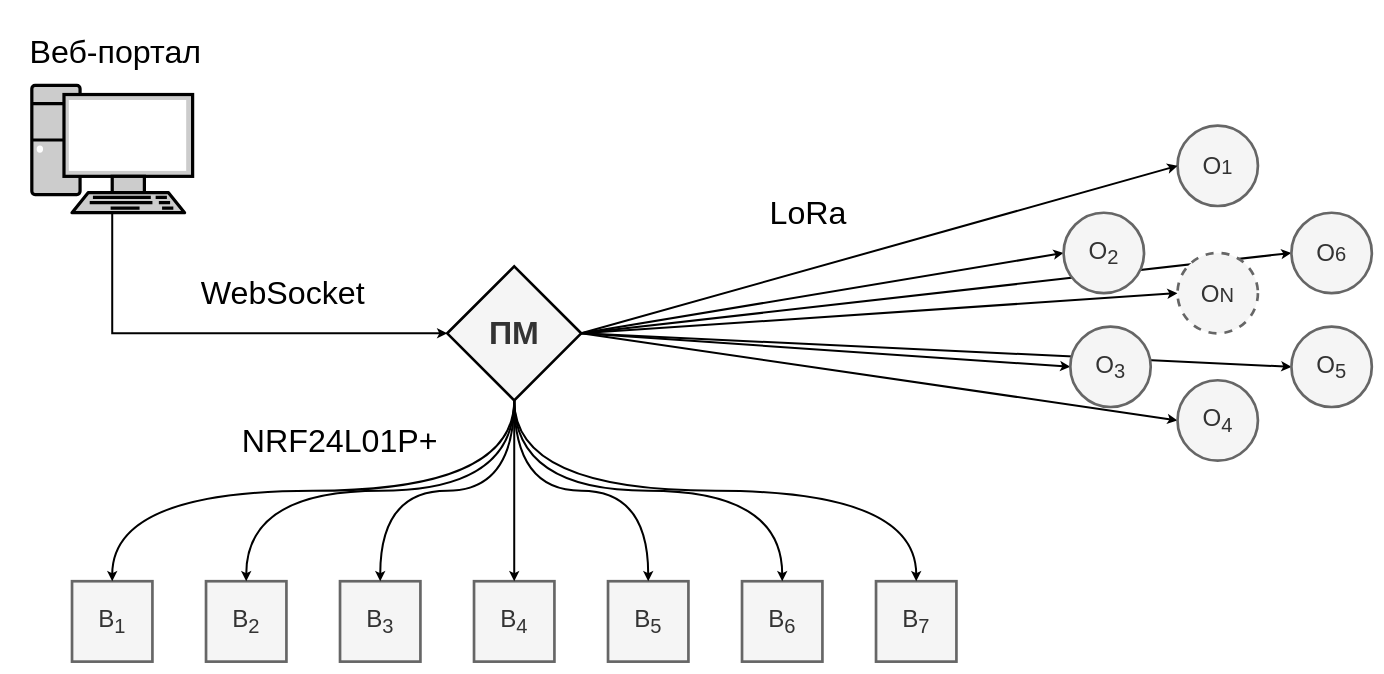
This is diagrams/Topology of the System.drawio from Yerlan999/CowsGPSTracker-KazATU, a draw.io file, before an edit. Source tidied: cells renumbered, new cells numbered last; positions are measured from the earlier drawing's top-left corner, leaving out a move shared by most shapes. Both pictures are drawn from the tidied source at 67%, with x=0, y=0 at pixel (11, 11).
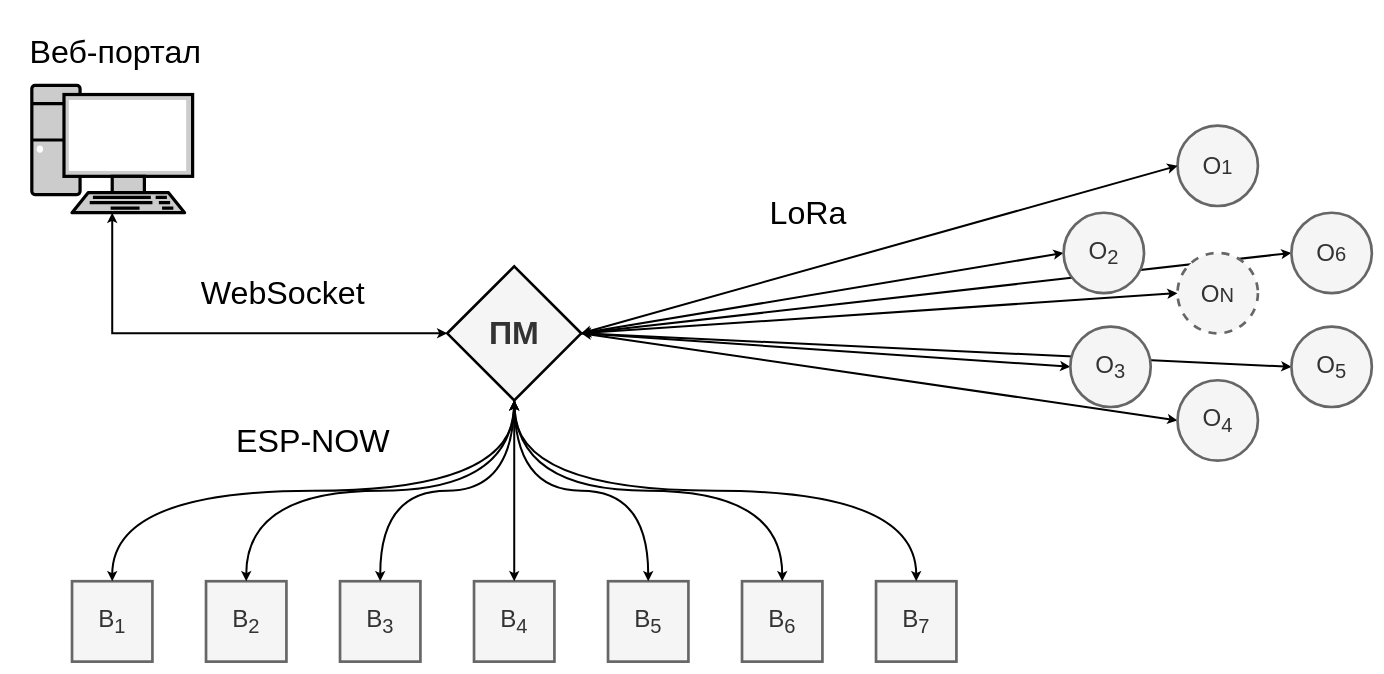
Above is the later version.

The change refers to these unchanged cells:
```xml
<mxCell id="2" value="&lt;font style=&quot;font-size: 36px&quot;&gt;О&lt;/font&gt;&lt;font style=&quot;font-size: 30px&quot;&gt;1&lt;/font&gt;" style="ellipse;whiteSpace=wrap;html=1;strokeWidth=4;fillColor=#f5f5f5;strokeColor=#666666;fontColor=#333333;" parent="1" vertex="1">
  <mxGeometry x="1740" y="170" width="120" height="120" as="geometry" />
</mxCell>
<mxCell id="3" value="&lt;font style=&quot;font-size: 36px&quot;&gt;В&lt;sub&gt;1&lt;/sub&gt;&lt;/font&gt;" style="whiteSpace=wrap;html=1;strokeWidth=4;fillColor=#f5f5f5;strokeColor=#666666;fontColor=#333333;" parent="1" vertex="1">
  <mxGeometry x="90" y="850" width="120" height="120" as="geometry" />
</mxCell>
<mxCell id="6" value="&lt;font style=&quot;font-size: 36px&quot;&gt;В&lt;sub&gt;4&lt;/sub&gt;&lt;/font&gt;" style="whiteSpace=wrap;html=1;strokeWidth=4;fillColor=#f5f5f5;strokeColor=#666666;fontColor=#333333;" parent="1" vertex="1">
  <mxGeometry x="690" y="850" width="120" height="120" as="geometry" />
</mxCell>
<mxCell id="9" value="&lt;font style=&quot;font-size: 36px&quot;&gt;В&lt;sub&gt;7&lt;/sub&gt;&lt;/font&gt;" style="whiteSpace=wrap;html=1;strokeWidth=4;fillColor=#f5f5f5;strokeColor=#666666;fontColor=#333333;" parent="1" vertex="1">
  <mxGeometry x="1290" y="850" width="120" height="120" as="geometry" />
</mxCell>
<mxCell id="24" value="&lt;span style=&quot;font-size: 48px&quot;&gt;&lt;b&gt;ПМ&lt;/b&gt;&lt;/span&gt;" style="rhombus;whiteSpace=wrap;html=1;strokeWidth=4;fillColor=#f5f5f5;fontColor=#333333;" parent="1" vertex="1">
  <mxGeometry x="650" y="380" width="200" height="200" as="geometry" />
</mxCell>
<mxCell id="26" style="fontColor=#0066CC;verticalAlign=top;verticalLabelPosition=bottom;labelPosition=center;align=center;html=1;outlineConnect=0;fillColor=#CCCCCC;gradientColor=none;gradientDirection=north;strokeWidth=4;shape=mxgraph.networks.pc;" parent="1" vertex="1">
  <mxGeometry x="30" y="110" width="240" height="190" as="geometry" />
</mxCell>
<mxCell id="28" value="&lt;font style=&quot;font-size: 36px&quot;&gt;О&lt;/font&gt;&lt;font style=&quot;font-size: 30px&quot;&gt;N&lt;/font&gt;" style="ellipse;whiteSpace=wrap;html=1;strokeWidth=4;fillColor=#f5f5f5;strokeColor=#666666;fontColor=#333333;dashed=1;" parent="1" vertex="1">
  <mxGeometry x="1740" y="360" width="120" height="120" as="geometry" />
</mxCell>
<mxCell id="31" value="&lt;font style=&quot;font-size: 36px&quot;&gt;О&lt;sub&gt;4&lt;/sub&gt;&lt;/font&gt;" style="ellipse;whiteSpace=wrap;html=1;strokeWidth=4;fillColor=#f5f5f5;strokeColor=#666666;fontColor=#333333;" parent="1" vertex="1">
  <mxGeometry x="1740" y="550" width="120" height="120" as="geometry" />
</mxCell>
```

What changed in the source:
```diff
@@
-    <mxCell id="10" style="rounded=0;jettySize=auto;html=1;exitX=0.5;exitY=1;exitDx=0;exitDy=0;entryX=0.5;entryY=0;entryDx=0;entryDy=0;strokeWidth=3;edgeStyle=orthogonalEdgeStyle;curved=1;" parent="1" edge="1" source="24" target="3">
+    <mxCell id="10" style="rounded=0;jettySize=auto;html=1;exitX=0.5;exitY=1;exitDx=0;exitDy=0;entryX=0.5;entryY=0;entryDx=0;entryDy=0;strokeWidth=3;edgeStyle=orthogonalEdgeStyle;curved=1;startArrow=classic;startFill=1;" parent="1" edge="1" source="24" target="3">
       <mxGeometry relative="1" as="geometry" />
     </mxCell>
@@
-    <mxCell id="13" style="rounded=0;jettySize=auto;html=1;exitX=0.5;exitY=1;exitDx=0;exitDy=0;entryX=0.5;entryY=0;entryDx=0;entryDy=0;strokeWidth=3;edgeStyle=orthogonalEdgeStyle;curved=1;" parent="1" edge="1" source="24" target="6">
+    <mxCell id="13" style="rounded=0;jettySize=auto;html=1;exitX=0.5;exitY=1;exitDx=0;exitDy=0;entryX=0.5;entryY=0;entryDx=0;entryDy=0;strokeWidth=3;edgeStyle=orthogonalEdgeStyle;curved=1;startArrow=classic;startFill=1;" parent="1" edge="1" source="24" target="6">
       <mxGeometry relative="1" as="geometry" />
     </mxCell>
@@
-    <mxCell id="16" style="rounded=0;jettySize=auto;html=1;exitX=0.5;exitY=1;exitDx=0;exitDy=0;entryX=0.5;entryY=0;entryDx=0;entryDy=0;strokeWidth=3;edgeStyle=orthogonalEdgeStyle;curved=1;" parent="1" edge="1" source="24" target="9">
+    <mxCell id="16" style="rounded=0;jettySize=auto;html=1;exitX=0.5;exitY=1;exitDx=0;exitDy=0;entryX=0.5;entryY=0;entryDx=0;entryDy=0;strokeWidth=3;edgeStyle=orthogonalEdgeStyle;curved=1;startArrow=classic;startFill=1;" parent="1" edge="1" source="24" target="9">
       <mxGeometry relative="1" as="geometry" />
     </mxCell>
@@
-    <mxCell id="19" style="edgeStyle=none;rounded=0;jettySize=auto;html=1;exitX=1;exitY=0.5;exitDx=0;exitDy=0;entryX=0;entryY=0.5;entryDx=0;entryDy=0;strokeWidth=3;" parent="1" edge="1" source="24" target="28">
+    <mxCell id="19" style="edgeStyle=none;rounded=0;jettySize=auto;html=1;exitX=1;exitY=0.5;exitDx=0;exitDy=0;entryX=0;entryY=0.5;entryDx=0;entryDy=0;strokeWidth=3;startArrow=classic;startFill=1;" parent="1" edge="1" source="24" target="28">
       <mxGeometry relative="1" as="geometry" />
     </mxCell>
-    <mxCell id="20" style="edgeStyle=none;rounded=0;jettySize=auto;html=1;exitX=1;exitY=0.5;exitDx=0;exitDy=0;entryX=0;entryY=0.5;entryDx=0;entryDy=0;strokeWidth=3;" parent="1" edge="1" source="24" target="2">
+    <mxCell id="20" style="edgeStyle=none;rounded=0;jettySize=auto;html=1;exitX=1;exitY=0.5;exitDx=0;exitDy=0;entryX=0;entryY=0.5;entryDx=0;entryDy=0;strokeWidth=3;startArrow=classic;startFill=1;" parent="1" edge="1" source="24" target="2">
       <mxGeometry relative="1" as="geometry" />
     </mxCell>
-    <mxCell id="21" style="edgeStyle=none;rounded=0;jettySize=auto;html=1;exitX=1;exitY=0.5;exitDx=0;exitDy=0;entryX=0;entryY=0.5;entryDx=0;entryDy=0;strokeWidth=3;" parent="1" edge="1" source="24" target="31">
+    <mxCell id="21" style="edgeStyle=none;rounded=0;jettySize=auto;html=1;exitX=1;exitY=0.5;exitDx=0;exitDy=0;entryX=0;entryY=0.5;entryDx=0;entryDy=0;strokeWidth=3;startArrow=classic;startFill=1;" parent="1" edge="1" source="24" target="31">
       <mxGeometry relative="1" as="geometry" />
     </mxCell>
@@
-    <mxCell id="25" style="edgeStyle=orthogonalEdgeStyle;rounded=0;jettySize=auto;html=1;exitX=0.5;exitY=1;exitDx=0;exitDy=0;exitPerimeter=0;entryX=0;entryY=0.5;entryDx=0;entryDy=0;strokeWidth=3;" parent="1" edge="1" source="26" target="24">
+    <mxCell id="25" style="edgeStyle=orthogonalEdgeStyle;rounded=0;jettySize=auto;html=1;exitX=0.5;exitY=1;exitDx=0;exitDy=0;exitPerimeter=0;entryX=0;entryY=0.5;entryDx=0;entryDy=0;strokeWidth=3;startArrow=classic;startFill=1;" parent="1" edge="1" source="26" target="24">
       <mxGeometry relative="1" as="geometry" />
     </mxCell>
@@
-    <mxCell id="34" value="&lt;font style=&quot;font-size: 48px&quot;&gt;NRF24L01P+&lt;/font&gt;" style="text;html=1;strokeColor=none;fillColor=none;align=center;verticalAlign=middle;whiteSpace=wrap;rounded=0;" parent="1" vertex="1">
-      <mxGeometry x="400" y="580" width="180" height="120" as="geometry" />
+    <mxCell id="34" value="&lt;span style=&quot;font-size: 48px&quot;&gt;ESP-NOW&lt;/span&gt;" style="text;html=1;strokeColor=none;fillColor=none;align=center;verticalAlign=middle;whiteSpace=wrap;rounded=0;" parent="1" vertex="1">
+      <mxGeometry x="320" y="580" width="260" height="120" as="geometry" />
     </mxCell>
```
